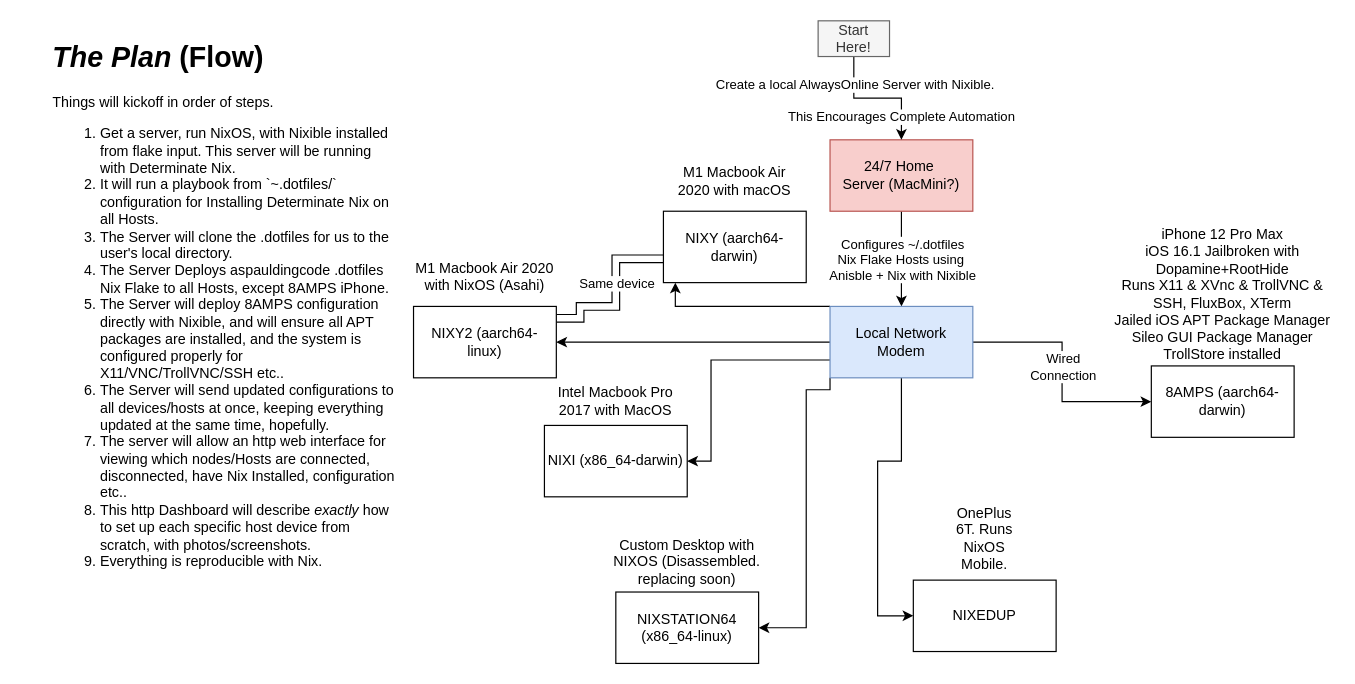
Before: architecture.drawio in aspauldingcode/.dotfiles, a draw.io diagram. Source tidied: cells renumbered, new cells numbered last; positions are measured from the earlier drawing's top-left corner, leaving out a move shared by most shapes. Both pictures are drawn from the tidied source at 119%, with x=0, y=0 at pixel (50, 20).
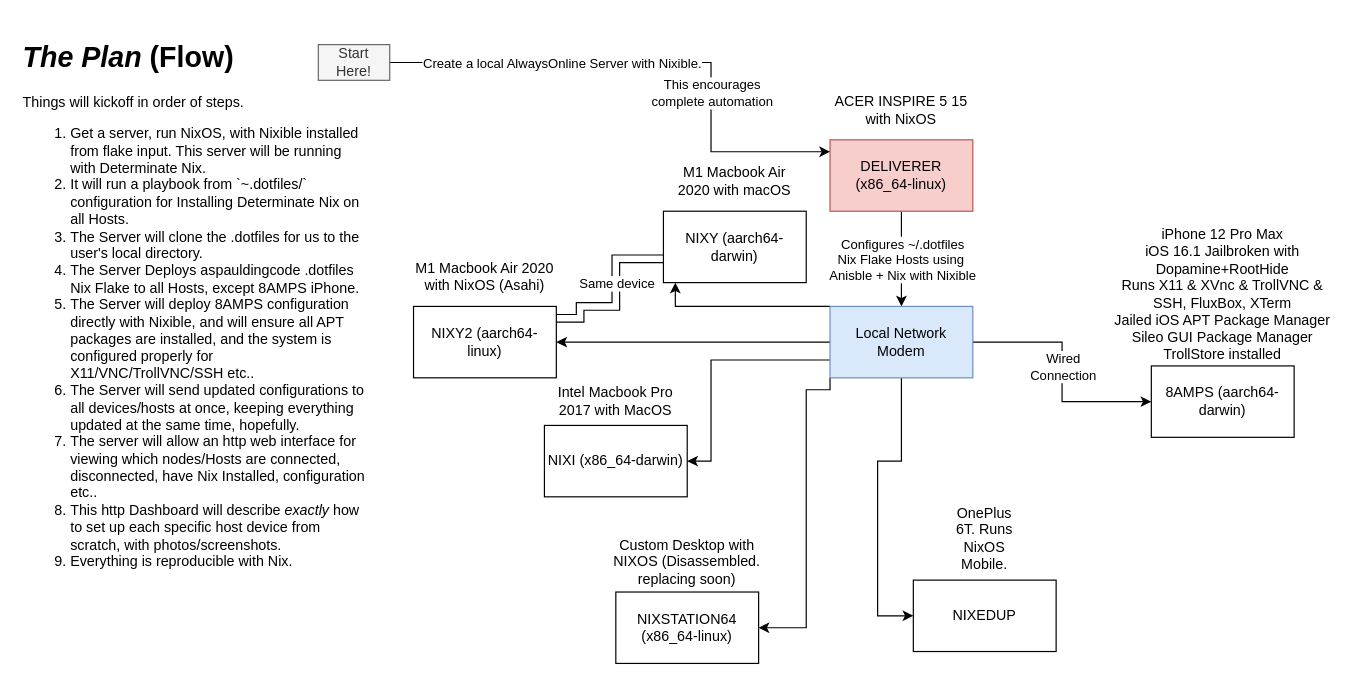
The same diagram, later.

Commit message:
changes to The Plan with DELIVERER - Update architecture.drawio

What changed in the source:
```diff
@@
-    <mxCell id="4" value="24/7 Home&amp;nbsp;&lt;div&gt;Server (MacMini?)&lt;/div&gt;" style="rounded=0;whiteSpace=wrap;html=1;fillColor=#f8cecc;strokeColor=#b85450;" parent="1" vertex="1">
+    <mxCell id="4" value="DELIVERER (x86_64-linux)" style="rounded=0;whiteSpace=wrap;html=1;fillColor=#f8cecc;strokeColor=#b85450;" parent="1" vertex="1">
       <mxGeometry x="655" y="100" width="120" height="60" as="geometry" />
     </mxCell>
@@
     <mxCell id="21" style="edgeStyle=orthogonalEdgeStyle;rounded=0;jettySize=auto;html=1;" parent="1" edge="1" source="24" target="4">
-      <mxGeometry relative="1" as="geometry" />
+      <mxGeometry relative="1" as="geometry">
+        <Array as="points">
+          <mxPoint x="555" y="35" />
+          <mxPoint x="555" y="110" />
+        </Array>
+      </mxGeometry>
     </mxCell>
     <mxCell id="22" value="Create a local AlwaysOnline Server with Nixible." style="edgeLabel;html=1;align=center;verticalAlign=middle;" parent="21" vertex="1">
-      <mxGeometry x="-0.58" relative="1" as="geometry" />
+      <mxGeometry x="-0.58" relative="1" as="geometry">
+        <mxPoint x="51" as="offset" />
+      </mxGeometry>
     </mxCell>
-    <mxCell id="23" value="This Encourages Complete Automation" style="edgeLabel;html=1;align=center;verticalAlign=middle;" parent="21" vertex="1">
+    <mxCell id="23" value="This encourages&lt;div&gt;complete automation&lt;/div&gt;" style="edgeLabel;html=1;align=center;verticalAlign=middle;" parent="21" vertex="1">
       <mxGeometry x="0.45" y="-1" relative="1" as="geometry">
-        <mxPoint y="10" as="offset" />
+        <mxPoint x="1" y="-28" as="offset" />
       </mxGeometry>
     </mxCell>
     <mxCell id="24" value="Start Here!" style="text;html=1;align=center;verticalAlign=middle;whiteSpace=wrap;rounded=0;fillColor=#f5f5f5;strokeColor=#666666;fontColor=#333333;" parent="1" vertex="1">
-      <mxGeometry x="645" width="60" height="30" as="geometry" />
+      <mxGeometry x="225" y="20" width="60" height="30" as="geometry" />
     </mxCell>
@@
     <mxCell id="31" value="&lt;h1 style=&quot;margin-top: 0px;&quot;&gt;&lt;i&gt;The Plan&lt;/i&gt; (Flow)&lt;/h1&gt;&lt;p&gt;Things will kickoff in order of steps.&lt;/p&gt;&lt;p&gt;&lt;/p&gt;&lt;ol&gt;&lt;li&gt;Get a server, run NixOS, with Nixible installed from flake input. This server will be running with Determinate Nix.&lt;br&gt;&lt;/li&gt;&lt;li&gt;It will run a playbook from `~.dotfiles/` configuration for Installing Determinate Nix on all Hosts.&lt;/li&gt;&lt;li&gt;The Server will clone the .dotfiles for us to the user's local directory.&lt;/li&gt;&lt;li&gt;The Server Deploys aspauldingcode .dotfiles Nix Flake to all Hosts, except 8AMPS iPhone.&lt;/li&gt;&lt;li&gt;The Server will deploy 8AMPS configuration directly with Nixible, and will ensure all APT packages are installed, and the system is configured properly for X11/VNC/TrollVNC/SSH etc..&lt;/li&gt;&lt;li&gt;The Server will send updated configurations to all devices/hosts at once, keeping everything updated at the same time, hopefully.&lt;/li&gt;&lt;li&gt;The server will allow an http web interface for viewing which nodes/Hosts are connected, disconnected, have Nix Installed, configuration etc..&lt;/li&gt;&lt;li&gt;This http Dashboard will describe &lt;i&gt;exactly&lt;/i&gt;&amp;nbsp;how to set up each specific host device from scratch, with photos/screenshots.&lt;/li&gt;&lt;li&gt;Everything is reproducible with Nix.&lt;/li&gt;&lt;/ol&gt;&lt;p&gt;&lt;/p&gt;" style="text;html=1;whiteSpace=wrap;overflow=hidden;rounded=0;" parent="1" vertex="1">
-      <mxGeometry y="10" width="290" height="485" as="geometry" />
+      <mxGeometry x="-25" y="10" width="290" height="485" as="geometry" />
     </mxCell>
+    <mxCell id="32" value="ACER INSPIRE 5 15 with NixOS" style="text;html=1;align=center;verticalAlign=middle;whiteSpace=wrap;rounded=0;" parent="1" vertex="1">
+      <mxGeometry x="650" y="60" width="130" height="30" as="geometry" />
+    </mxCell>
```
